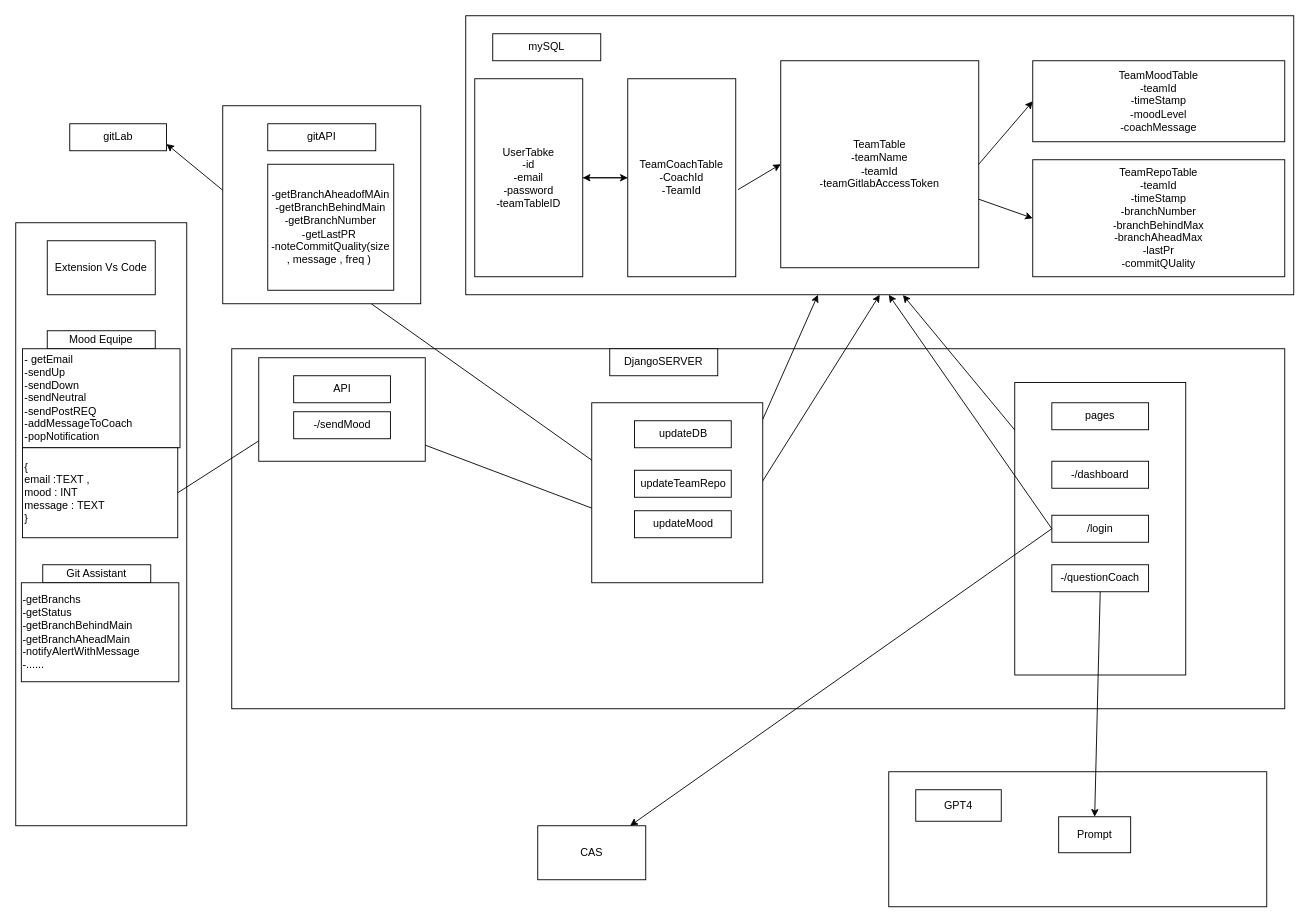
This is architecture.drawio from mohamedali3107/codingcoach, a draw.io file, before an edit. Source tidied: cells renumbered, new cells numbered last; positions are measured from the earlier drawing's top-left corner, leaving out a move shared by most shapes. Both pictures are drawn from the tidied source at 90%, with x=0, y=0 at pixel (15, 15).
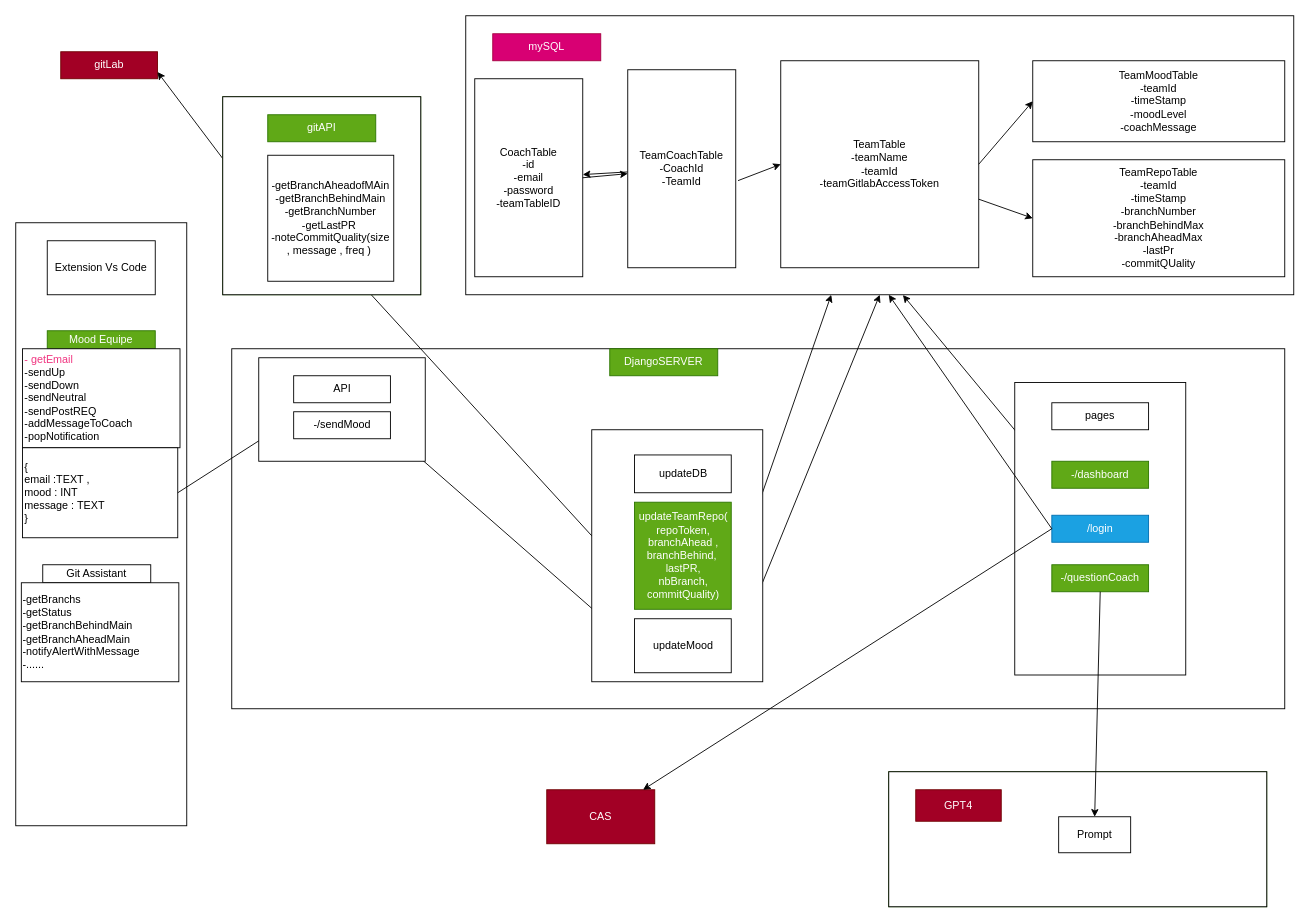
The same diagram, later.

The change refers to these unchanged cells:
```xml
<mxCell id="2" style="group;" parent="1" vertex="1">
  <mxGeometry y="230" width="190" height="670" as="geometry" />
</mxCell>
<mxCell id="15" style="group;" parent="1" vertex="1">
  <mxGeometry x="500" width="920" height="310" as="geometry" />
</mxCell>
<mxCell id="42" style="group;" parent="1" vertex="1">
  <mxGeometry x="1110" y="407.5" width="190" height="325" as="geometry" />
</mxCell>
```

The edit, as a diff of the source:
```diff
@@
-    <mxCell id="5" value="Mood Equipe" style="rounded=0;whiteSpace=wrap;html=1;" parent="2" vertex="1">
+    <mxCell id="5" value="Mood Equipe" style="rounded=0;whiteSpace=wrap;html=1;fillColor=#60a917;fontColor=#ffffff;strokeColor=#2D7600;" parent="2" vertex="1">
       <mxGeometry x="35" y="120" width="120" height="20" as="geometry" />
     </mxCell>
-    <mxCell id="6" value="- getEmail&lt;br&gt;-sendUp&lt;br&gt;-sendDown&lt;br&gt;-sendNeutral&lt;br&gt;-sendPostREQ&lt;br&gt;-addMessageToCoach&lt;br&gt;-popNotification" style="rounded=0;whiteSpace=wrap;html=1;align=left;" parent="2" vertex="1">
+    <mxCell id="6" value="&lt;font color=&quot;#f03580&quot;&gt;- getEmail&lt;br&gt;&lt;/font&gt;-sendUp&lt;br&gt;-sendDown&lt;br&gt;-sendNeutral&lt;br&gt;-sendPostREQ&lt;br&gt;-addMessageToCoach&lt;br&gt;-popNotification" style="rounded=0;whiteSpace=wrap;html=1;align=left;" parent="2" vertex="1">
       <mxGeometry x="7.5" y="140" width="175" height="110" as="geometry" />
     </mxCell>
@@
-    <mxCell id="11" value="DjangoSERVER" style="rounded=0;whiteSpace=wrap;html=1;" parent="1" vertex="1">
+    <mxCell id="11" value="DjangoSERVER" style="rounded=0;whiteSpace=wrap;html=1;fillColor=#60a917;fontColor=#ffffff;strokeColor=#2D7600;" parent="1" vertex="1">
       <mxGeometry x="660" y="370" width="120" height="30" as="geometry" />
     </mxCell>
@@
-    <mxCell id="13" value="gitLab" style="rounded=0;whiteSpace=wrap;html=1;" parent="1" vertex="1">
-      <mxGeometry x="60" y="120" width="107.5" height="30" as="geometry" />
+    <mxCell id="13" value="gitLab" style="rounded=0;whiteSpace=wrap;html=1;fillColor=#a20025;fontColor=#ffffff;strokeColor=#6F0000;" parent="1" vertex="1">
+      <mxGeometry x="50" y="40" width="107.5" height="30" as="geometry" />
     </mxCell>
@@
-    <mxCell id="17" value="mySQL" style="rounded=0;whiteSpace=wrap;html=1;" parent="15" vertex="1">
+    <mxCell id="17" value="mySQL" style="rounded=0;whiteSpace=wrap;html=1;fillColor=#d80073;fontColor=#ffffff;strokeColor=#A50040;" parent="15" vertex="1">
       <mxGeometry x="30" y="20" width="120" height="30" as="geometry" />
     </mxCell>
-    <mxCell id="18" value="UserTabke&lt;br&gt;-id&lt;br&gt;-email&lt;br&gt;-password&lt;br&gt;-teamTableID" style="rounded=0;whiteSpace=wrap;html=1;" parent="15" vertex="1">
+    <mxCell id="18" value="CoachTable&lt;br&gt;-id&lt;br&gt;-email&lt;br&gt;-password&lt;br&gt;-teamTableID" style="rounded=0;whiteSpace=wrap;html=1;" parent="15" vertex="1">
       <mxGeometry x="10" y="70" width="120" height="220" as="geometry" />
     </mxCell>
@@
     <mxCell id="20" value="TeamCoachTable&lt;br&gt;-CoachId&lt;br&gt;-TeamId" style="rounded=0;whiteSpace=wrap;html=1;" parent="15" vertex="1">
-      <mxGeometry x="180" y="70" width="120" height="220" as="geometry" />
+      <mxGeometry x="180" y="60" width="120" height="220" as="geometry" />
     </mxCell>
@@
     <mxCell id="32" style="group;" parent="1" vertex="1">
-      <mxGeometry x="640" y="430" width="190" height="200" as="geometry" />
+      <mxGeometry x="640" y="460" width="190" height="280" as="geometry" />
     </mxCell>
     <mxCell id="33" style="rounded=0;whiteSpace=wrap;html=1;" parent="32" vertex="1">
-      <mxGeometry width="190" height="200" as="geometry" />
+      <mxGeometry width="190" height="280" as="geometry" />
     </mxCell>
     <mxCell id="34" value="updateDB" style="rounded=0;whiteSpace=wrap;html=1;" parent="32" vertex="1">
-      <mxGeometry x="47.5" y="20" width="107.5" height="30" as="geometry" />
+      <mxGeometry x="47.5" y="28" width="107.5" height="42" as="geometry" />
     </mxCell>
     <mxCell id="35" value="updateMood" style="rounded=0;whiteSpace=wrap;html=1;" parent="32" vertex="1">
-      <mxGeometry x="47.5" y="120" width="107.5" height="30" as="geometry" />
+      <mxGeometry x="47.5" y="210" width="107.5" height="60" as="geometry" />
     </mxCell>
-    <mxCell id="36" value="updateTeamRepo" style="rounded=0;whiteSpace=wrap;html=1;" parent="32" vertex="1">
-      <mxGeometry x="47.5" y="75" width="107.5" height="30" as="geometry" />
+    <mxCell id="36" value="updateTeamRepo(&lt;br&gt;repoToken,&lt;br&gt;branchAhead ,&lt;br&gt;branchBehind,&amp;nbsp;&lt;br&gt;lastPR,&lt;br&gt;nbBranch,&lt;br&gt;commitQuality)" style="rounded=0;whiteSpace=wrap;html=1;fillColor=#60a917;fontColor=#ffffff;strokeColor=#2D7600;" parent="32" vertex="1">
+      <mxGeometry x="47.5" y="80.5" width="107.5" height="119" as="geometry" />
     </mxCell>
@@
-    <mxCell id="38" style="group;" parent="1" vertex="1">
+    <mxCell id="38" style="group;fillColor=#60a917;fontColor=#ffffff;strokeColor=#2D7600;" parent="1" vertex="1">
       <mxGeometry x="970" y="840" width="420" height="150" as="geometry" />
     </mxCell>
@@
-    <mxCell id="40" value="GPT4" style="rounded=0;whiteSpace=wrap;html=1;" parent="38" vertex="1">
+    <mxCell id="40" value="GPT4" style="rounded=0;whiteSpace=wrap;html=1;fillColor=#a20025;fontColor=#ffffff;strokeColor=#6F0000;" parent="38" vertex="1">
       <mxGeometry x="30" y="20" width="95" height="35" as="geometry" />
     </mxCell>
@@
-    <mxCell id="45" value="-/dashboard" style="rounded=0;whiteSpace=wrap;html=1;" parent="42" vertex="1">
+    <mxCell id="45" value="-/dashboard" style="rounded=0;whiteSpace=wrap;html=1;fillColor=#60a917;fontColor=#ffffff;strokeColor=#2D7600;" parent="42" vertex="1">
       <mxGeometry x="41.2" y="87.5" width="107.5" height="30" as="geometry" />
     </mxCell>
-    <mxCell id="46" value="-/questionCoach" style="rounded=0;whiteSpace=wrap;html=1;" parent="42" vertex="1">
+    <mxCell id="46" value="-/questionCoach" style="rounded=0;whiteSpace=wrap;html=1;fillColor=#60a917;fontColor=#ffffff;strokeColor=#2D7600;" parent="42" vertex="1">
       <mxGeometry x="41.2" y="202.5" width="107.5" height="30" as="geometry" />
     </mxCell>
-    <mxCell id="47" value="/login" style="rounded=0;whiteSpace=wrap;html=1;" parent="42" vertex="1">
+    <mxCell id="47" value="/login" style="rounded=0;whiteSpace=wrap;html=1;fillColor=#1ba1e2;fontColor=#ffffff;strokeColor=#006EAF;" parent="42" vertex="1">
       <mxGeometry x="41.2" y="147.5" width="107.5" height="30" as="geometry" />
     </mxCell>
@@
-    <mxCell id="52" style="group;" parent="1" vertex="1">
-      <mxGeometry x="230" y="100" width="220" height="220" as="geometry" />
+    <mxCell id="52" style="group;fillColor=#60a917;fontColor=#ffffff;strokeColor=#2D7600;" parent="1" vertex="1">
+      <mxGeometry x="230" y="90" width="220" height="220" as="geometry" />
     </mxCell>
@@
-    <mxCell id="54" value="gitAPI" style="rounded=0;whiteSpace=wrap;html=1;" parent="52" vertex="1">
+    <mxCell id="54" value="gitAPI" style="rounded=0;whiteSpace=wrap;html=1;fillColor=#60a917;fontColor=#ffffff;strokeColor=#2D7600;" parent="52" vertex="1">
       <mxGeometry x="50" y="20" width="120" height="30" as="geometry" />
     </mxCell>
@@
-    <mxCell id="57" value="CAS" style="rounded=0;whiteSpace=wrap;html=1;" parent="1" vertex="1">
-      <mxGeometry x="580" y="900" width="120" height="60" as="geometry" />
+    <mxCell id="57" value="CAS" style="rounded=0;whiteSpace=wrap;html=1;fillColor=#a20025;fontColor=#ffffff;strokeColor=#6F0000;" parent="1" vertex="1">
+      <mxGeometry x="590" y="860" width="120" height="60" as="geometry" />
     </mxCell>
```
